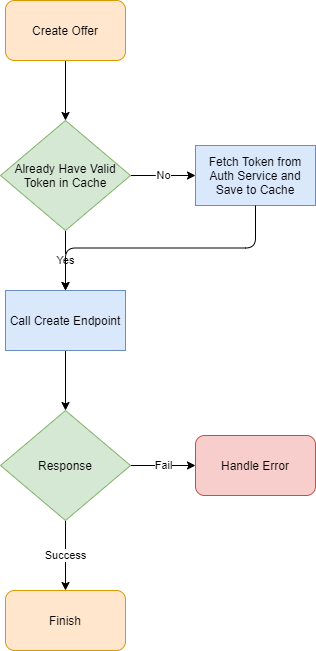
Earlier version of the draw.io export assets/endpoint-call.drawio.png (ocas/InternationalSis). Source tidied: cells renumbered, new cells last; positions are measured from the earlier drawing's top-left corner, leaving out a move shared by most shapes. The source it was exported from:
```xml
<mxGraphModel>
  <root>
    <mxCell id="0" />
    <mxCell id="1" parent="0" />
    <mxCell id="2" style="edgeStyle=orthogonalEdgeStyle;rounded=0;jettySize=auto;html=1;" parent="1" edge="1" source="3" target="6">
      <mxGeometry relative="1" as="geometry" />
    </mxCell>
    <mxCell id="3" value="Create Offer" style="rounded=1;whiteSpace=wrap;html=1;fillColor=#ffe6cc;strokeColor=#d79b00;" parent="1" vertex="1">
      <mxGeometry x="5" width="120" height="60" as="geometry" />
    </mxCell>
    <mxCell id="4" value="No" style="edgeStyle=orthogonalEdgeStyle;rounded=0;jettySize=auto;html=1;entryX=0;entryY=0.5;entryDx=0;entryDy=0;" parent="1" edge="1" source="6" target="9">
      <mxGeometry relative="1" as="geometry">
        <Array as="points">
          <mxPoint x="155" y="175" />
          <mxPoint x="155" y="175" />
        </Array>
      </mxGeometry>
    </mxCell>
    <mxCell id="5" value="Yes" style="edgeStyle=orthogonalEdgeStyle;rounded=0;jettySize=auto;html=1;entryX=0.5;entryY=0;entryDx=0;entryDy=0;" parent="1" edge="1" source="6" target="8">
      <mxGeometry relative="1" as="geometry" />
    </mxCell>
    <mxCell id="6" value="Already Have Valid Token in Cache" style="rhombus;whiteSpace=wrap;html=1;fillColor=#d5e8d4;strokeColor=#82b366;" parent="1" vertex="1">
      <mxGeometry y="120" width="130" height="110" as="geometry" />
    </mxCell>
    <mxCell id="7" style="edgeStyle=orthogonalEdgeStyle;rounded=0;jettySize=auto;html=1;" parent="1" edge="1" source="8" target="13">
      <mxGeometry relative="1" as="geometry" />
    </mxCell>
    <mxCell id="8" value="Call Create Endpoint" style="rounded=0;whiteSpace=wrap;html=1;fillColor=#dae8fc;strokeColor=#6c8ebf;" parent="1" vertex="1">
      <mxGeometry x="5" y="290" width="120" height="60" as="geometry" />
    </mxCell>
    <mxCell id="9" value="Fetch Token from Auth Service and Save to Cache" style="rounded=0;whiteSpace=wrap;html=1;fillColor=#dae8fc;strokeColor=#6c8ebf;" parent="1" vertex="1">
      <mxGeometry x="195" y="145" width="120" height="60" as="geometry" />
    </mxCell>
    <mxCell id="10" style="endArrow=classic;html=1;exitX=0.5;exitY=1;exitDx=0;exitDy=0;entryX=0.5;entryY=0;entryDx=0;entryDy=0;edgeStyle=orthogonalEdgeStyle;" parent="1" edge="1" source="9" target="8">
      <mxGeometry relative="1" as="geometry" />
    </mxCell>
    <mxCell id="11" value="Fail" style="edgeStyle=orthogonalEdgeStyle;rounded=0;jettySize=auto;html=1;" parent="1" edge="1" source="13" target="15">
      <mxGeometry relative="1" as="geometry" />
    </mxCell>
    <mxCell id="12" value="Success" style="edgeStyle=orthogonalEdgeStyle;rounded=0;jettySize=auto;html=1;" parent="1" edge="1" source="13" target="14">
      <mxGeometry relative="1" as="geometry" />
    </mxCell>
    <mxCell id="13" value="Response" style="rhombus;whiteSpace=wrap;html=1;fillColor=#d5e8d4;strokeColor=#82b366;" parent="1" vertex="1">
      <mxGeometry y="410" width="130" height="110" as="geometry" />
    </mxCell>
    <mxCell id="14" value="Finish" style="rounded=1;whiteSpace=wrap;html=1;fillColor=#ffe6cc;strokeColor=#d79b00;" parent="1" vertex="1">
      <mxGeometry x="5" y="590" width="120" height="60" as="geometry" />
    </mxCell>
    <mxCell id="15" value="Handle Error" style="rounded=1;whiteSpace=wrap;html=1;fillColor=#f8cecc;strokeColor=#b85450;" parent="1" vertex="1">
      <mxGeometry x="195" y="435" width="120" height="60" as="geometry" />
    </mxCell>
  </root>
</mxGraphModel>
```
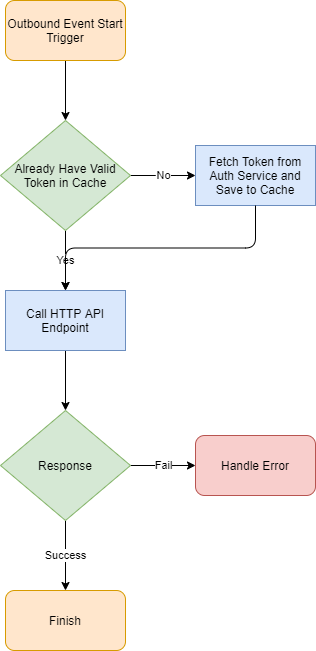
After the commit.

Commit message:
Update Endpoint Call Diagram

The edit, as a diff of the source:
```diff
@@ -5,7 +5,7 @@
     <mxCell id="2" style="edgeStyle=orthogonalEdgeStyle;rounded=0;jettySize=auto;html=1;" parent="1" edge="1" source="3" target="6">
       <mxGeometry relative="1" as="geometry" />
     </mxCell>
-    <mxCell id="3" value="Create Offer" style="rounded=1;whiteSpace=wrap;html=1;fillColor=#ffe6cc;strokeColor=#d79b00;" parent="1" vertex="1">
+    <mxCell id="3" value="Outbound Event Start Trigger" style="rounded=1;whiteSpace=wrap;html=1;fillColor=#ffe6cc;strokeColor=#d79b00;" parent="1" vertex="1">
       <mxGeometry x="5" width="120" height="60" as="geometry" />
     </mxCell>
     <mxCell id="4" value="No" style="edgeStyle=orthogonalEdgeStyle;rounded=0;jettySize=auto;html=1;entryX=0;entryY=0.5;entryDx=0;entryDy=0;" parent="1" edge="1" source="6" target="9">
@@ -25,7 +25,7 @@
     <mxCell id="7" style="edgeStyle=orthogonalEdgeStyle;rounded=0;jettySize=auto;html=1;" parent="1" edge="1" source="8" target="13">
       <mxGeometry relative="1" as="geometry" />
     </mxCell>
-    <mxCell id="8" value="Call Create Endpoint" style="rounded=0;whiteSpace=wrap;html=1;fillColor=#dae8fc;strokeColor=#6c8ebf;" parent="1" vertex="1">
+    <mxCell id="8" value="Call HTTP API Endpoint" style="rounded=0;whiteSpace=wrap;html=1;fillColor=#dae8fc;strokeColor=#6c8ebf;" parent="1" vertex="1">
       <mxGeometry x="5" y="290" width="120" height="60" as="geometry" />
     </mxCell>
     <mxCell id="9" value="Fetch Token from Auth Service and Save to Cache" style="rounded=0;whiteSpace=wrap;html=1;fillColor=#dae8fc;strokeColor=#6c8ebf;" parent="1" vertex="1">
```
